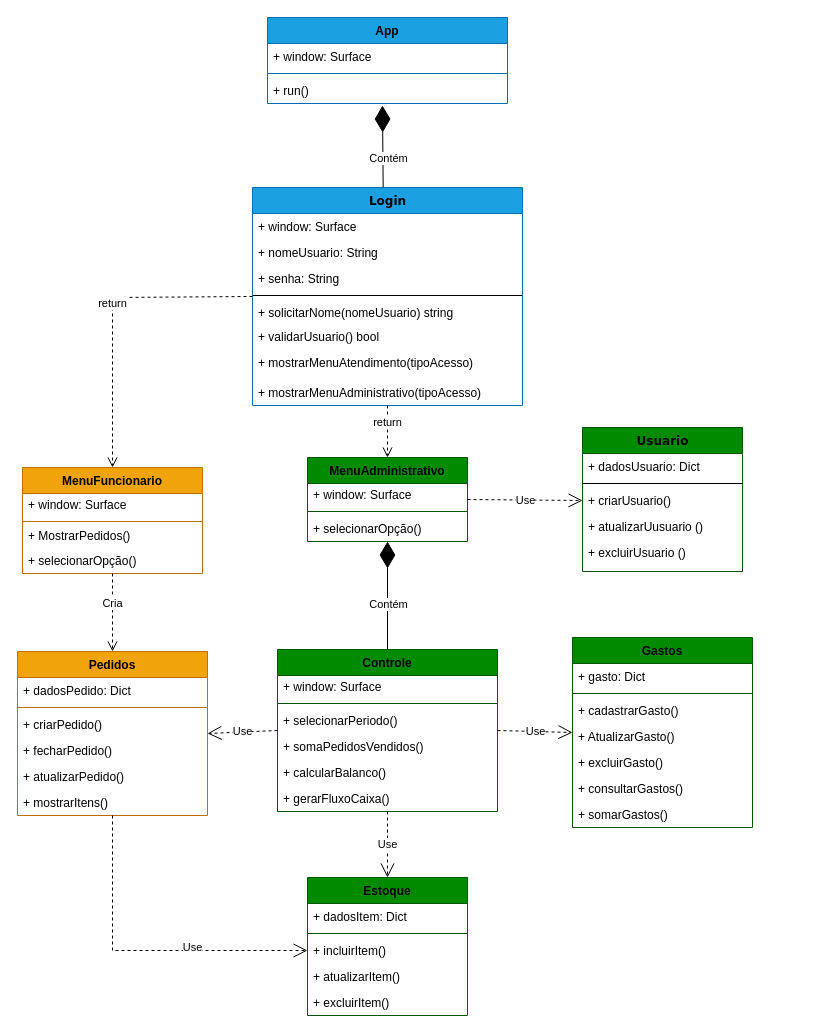
The draw.io diagram documentation/Diagrama de classes.drawio in rudymuller/SistemaGestaoCafeteria, before the edit. Source tidied: cells renumbered, new cells numbered last; positions are measured from the earlier drawing's top-left corner, leaving out a move shared by most shapes. Both pictures are drawn from the tidied source at 100%, with x=0, y=0 at pixel (17, 17).
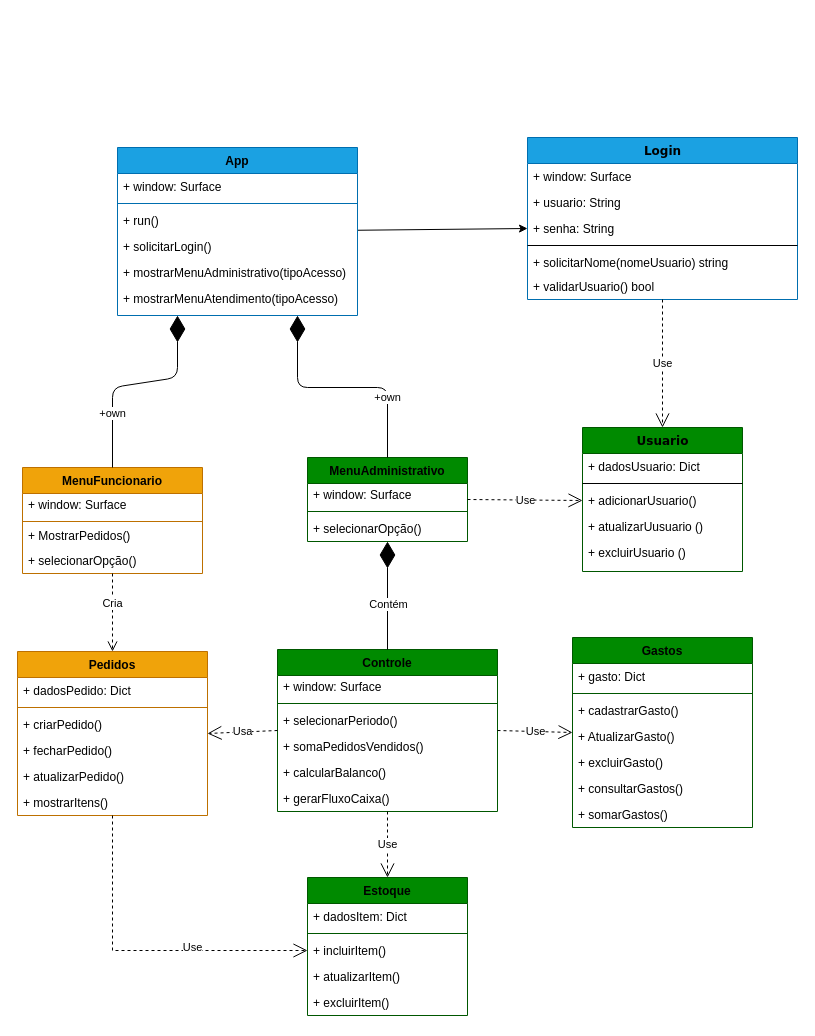
After the change.

Commit message (it also covers changes not shown here):
Updating class diagram

The change refers to these unchanged cells:
```xml
<mxCell id="2" value="Usuario" style="swimlane;html=1;fontStyle=1;align=center;verticalAlign=top;horizontal=1;startSize=26;swimlaneFillColor=#ffffff;rounded=0;shadow=0;comic=0;labelBackgroundColor=none;strokeWidth=1;fillColor=#008a00;fontFamily=Verdana;fontSize=12;fontColor=light-dark(#000000,#000000);strokeColor=#005700;" parent="1" vertex="1">
  <mxGeometry x="565" y="410" width="160" height="144" as="geometry" />
</mxCell>
<mxCell id="11" value="+ senha: String" style="text;html=1;strokeColor=none;fillColor=none;align=left;verticalAlign=top;spacingLeft=4;spacingRight=4;whiteSpace=wrap;overflow=hidden;points=[[0,0.5],[1,0.5]];portConstraint=eastwest;fontColor=light-dark(#000000,#000000);" parent="8" vertex="1">
  <mxGeometry y="78" width="270" height="26" as="geometry" />
</mxCell>
<mxCell id="21" value="MenuFuncionario&lt;div&gt;&lt;br&gt;&lt;/div&gt;" style="swimlane;fontStyle=1;align=center;verticalAlign=top;horizontal=1;startSize=26;whiteSpace=wrap;html=1;fillColor=#f0a30a;fontColor=light-dark(#000000,#000000);strokeColor=#BD7000;" parent="1" vertex="1">
  <mxGeometry x="5" y="450" width="180" height="106" as="geometry" />
</mxCell>
<mxCell id="26" value="MenuAdministrativo&lt;div&gt;&lt;br&gt;&lt;/div&gt;" style="swimlane;fontStyle=1;align=center;verticalAlign=top;horizontal=1;startSize=26;whiteSpace=wrap;html=1;fillColor=#008a00;fontColor=light-dark(#000000,#000000);strokeColor=#005700;" parent="1" vertex="1">
  <mxGeometry x="290" y="440" width="160" height="84" as="geometry" />
</mxCell>
<mxCell id="30" value="Pedidos" style="swimlane;fontStyle=1;align=center;verticalAlign=top;horizontal=1;startSize=26;whiteSpace=wrap;html=1;fillColor=#f0a30a;fontColor=light-dark(#000000,#000000);strokeColor=#BD7000;" parent="1" vertex="1">
  <mxGeometry y="634" width="190" height="164" as="geometry" />
</mxCell>
<mxCell id="44" value="&lt;div&gt;Controle&lt;/div&gt;" style="swimlane;fontStyle=1;align=center;verticalAlign=top;horizontal=1;startSize=26;whiteSpace=wrap;html=1;fillColor=#008a00;fontColor=light-dark(#000000,#000000);strokeColor=#005700;" parent="1" vertex="1">
  <mxGeometry x="260" y="632" width="220" height="162" as="geometry" />
</mxCell>
```

The edit, as a diff of the source:
```diff
@@
-    <mxCell id="5" value="+ criarUsuario()" style="text;html=1;strokeColor=none;fillColor=none;align=left;verticalAlign=top;spacingLeft=4;spacingRight=4;whiteSpace=wrap;overflow=hidden;points=[[0,0.5],[1,0.5]];portConstraint=eastwest;fontColor=light-dark(#000000,#000000);" parent="2" vertex="1">
+    <mxCell id="5" value="+ adicionarUsuario()" style="text;html=1;strokeColor=none;fillColor=none;align=left;verticalAlign=top;spacingLeft=4;spacingRight=4;whiteSpace=wrap;overflow=hidden;points=[[0,0.5],[1,0.5]];portConstraint=eastwest;fontColor=light-dark(#000000,#000000);" parent="2" vertex="1">
       <mxGeometry y="60" width="160" height="26" as="geometry" />
     </mxCell>
@@
     <mxCell id="8" value="Login" style="swimlane;html=1;fontStyle=1;align=center;verticalAlign=top;horizontal=1;startSize=26;swimlaneFillColor=#ffffff;rounded=0;shadow=0;comic=0;labelBackgroundColor=none;strokeWidth=1;fillColor=#1ba1e2;fontFamily=Verdana;fontSize=12;fontColor=light-dark(#000000,#000000);strokeColor=#006EAF;" parent="1" vertex="1">
-      <mxGeometry x="235" y="170" width="270" height="218" as="geometry" />
+      <mxGeometry x="510" y="120" width="270" height="162" as="geometry" />
     </mxCell>
@@
-    <mxCell id="10" value="+ nomeUsuario: String" style="text;html=1;strokeColor=none;fillColor=none;align=left;verticalAlign=top;spacingLeft=4;spacingRight=4;whiteSpace=wrap;overflow=hidden;fontColor=light-dark(#000000,#000000);" parent="8" vertex="1">
+    <mxCell id="10" value="+ usuario: String" style="text;html=1;strokeColor=none;fillColor=none;align=left;verticalAlign=top;spacingLeft=4;spacingRight=4;whiteSpace=wrap;overflow=hidden;fontColor=light-dark(#000000,#000000);" parent="8" vertex="1">
       <mxGeometry y="52" width="270" height="26" as="geometry" />
     </mxCell>
@@
-    <mxCell id="15" value="+ mostrarMenuAtendimento(tipoAcesso)&amp;nbsp;" style="text;strokeColor=none;fillColor=none;align=left;verticalAlign=top;spacingLeft=4;spacingRight=4;overflow=hidden;whiteSpace=wrap;html=1;fontColor=light-dark(#000000,#000000);" parent="8" vertex="1">
-      <mxGeometry y="162" width="270" height="30" as="geometry" />
-    </mxCell>
-    <mxCell id="16" value="+ mostrarMenuAdministrativo(tipoAcesso)" style="text;strokeColor=none;fillColor=none;align=left;verticalAlign=top;spacingLeft=4;spacingRight=4;overflow=hidden;whiteSpace=wrap;html=1;fontColor=light-dark(#000000,#000000);" parent="8" vertex="1">
-      <mxGeometry y="192" width="270" height="26" as="geometry" />
-    </mxCell>
+    <mxCell id="70" style="edgeStyle=none;html=1;entryX=0;entryY=0.5;entryDx=0;entryDy=0;" parent="1" edge="1" source="17" target="11">
+      <mxGeometry relative="1" as="geometry" />
+    </mxCell>
     <mxCell id="17" value="App&lt;div&gt;&lt;br&gt;&lt;/div&gt;" style="swimlane;fontStyle=1;align=center;verticalAlign=top;horizontal=1;startSize=26;whiteSpace=wrap;html=1;fillColor=#1ba1e2;fontColor=light-dark(#000000,#000000);strokeColor=#006EAF;" parent="1" vertex="1">
-      <mxGeometry x="250" width="240" height="86" as="geometry" />
+      <mxGeometry x="100" y="130" width="240" height="168" as="geometry" />
     </mxCell>
@@
+    <mxCell id="71" value="+ run()" style="text;strokeColor=none;fillColor=none;align=left;verticalAlign=top;spacingLeft=4;spacingRight=4;overflow=hidden;whiteSpace=wrap;html=1;fontColor=light-dark(#000000,#000000);" parent="17" vertex="1">
+      <mxGeometry y="60" width="240" height="26" as="geometry" />
+    </mxCell>
-    <mxCell id="20" value="+ run()" style="text;strokeColor=none;fillColor=none;align=left;verticalAlign=top;spacingLeft=4;spacingRight=4;overflow=hidden;points=[[0,0.5],[1,0.5]];portConstraint=eastwest;whiteSpace=wrap;html=1;fontColor=light-dark(#000000,#000000);" parent="17" vertex="1">
-      <mxGeometry y="60" width="240" height="26" as="geometry" />
+    <mxCell id="20" value="+ solicitarLogin()" style="text;strokeColor=none;fillColor=none;align=left;verticalAlign=top;spacingLeft=4;spacingRight=4;overflow=hidden;points=[[0,0.5],[1,0.5]];portConstraint=eastwest;whiteSpace=wrap;html=1;fontColor=light-dark(#000000,#000000);" parent="17" vertex="1">
+      <mxGeometry y="86" width="240" height="26" as="geometry" />
     </mxCell>
+    <mxCell id="16" value="+ mostrarMenuAdministrativo(tipoAcesso)" style="text;strokeColor=none;fillColor=none;align=left;verticalAlign=top;spacingLeft=4;spacingRight=4;overflow=hidden;whiteSpace=wrap;html=1;fontColor=light-dark(#000000,#000000);" parent="17" vertex="1">
+      <mxGeometry y="112" width="240" height="26" as="geometry" />
+    </mxCell>
+    <mxCell id="15" value="+ mostrarMenuAtendimento(tipoAcesso)&amp;nbsp;" style="text;strokeColor=none;fillColor=none;align=left;verticalAlign=top;spacingLeft=4;spacingRight=4;overflow=hidden;whiteSpace=wrap;html=1;fontColor=light-dark(#000000,#000000);" parent="17" vertex="1">
+      <mxGeometry y="138" width="240" height="30" as="geometry" />
+    </mxCell>
@@
-    <mxCell id="61" value="Use" style="endArrow=open;endSize=12;dashed=1;html=1;rounded=0;exitX=0;exitY=0.5;exitDx=0;exitDy=0;entryX=1;entryY=0.5;entryDx=0;entryDy=0;fontColor=light-dark(#000000,#000000);" parent="1" edge="1" source="44" target="30">
+    <mxCell id="61" value="Usa" style="endArrow=open;endSize=12;dashed=1;html=1;rounded=0;exitX=0;exitY=0.5;exitDx=0;exitDy=0;entryX=1;entryY=0.5;entryDx=0;entryDy=0;fontColor=light-dark(#000000,#000000);" parent="1" edge="1" source="44" target="30">
       <mxGeometry relative="1" as="geometry" />
     </mxCell>
@@
-    <mxCell id="66" style="endArrow=diamondThin;endFill=1;endSize=24;html=1;rounded=0;exitX=0.484;exitY=-0.001;exitDx=0;exitDy=0;fontColor=light-dark(#000000,#000000);exitPerimeter=0;entryX=0.479;entryY=1.079;entryDx=0;entryDy=0;entryPerimeter=0;" parent="1" edge="1" source="8" target="20">
-      <mxGeometry relative="1" as="geometry" />
-    </mxCell>
-    <mxCell id="67" value="Contém" style="edgeLabel;html=1;align=center;verticalAlign=middle;fontColor=light-dark(#000000,#000000);" parent="66" vertex="1">
-      <mxGeometry x="-0.62" y="-5" relative="1" as="geometry">
-        <mxPoint y="-13" as="offset" />
-      </mxGeometry>
-    </mxCell>
-    <mxCell id="68" value="return" style="html=1;verticalAlign=bottom;endArrow=open;dashed=1;endSize=8;curved=0;rounded=0;entryX=0.5;entryY=0;entryDx=0;entryDy=0;exitX=0.5;exitY=1;exitDx=0;exitDy=0;" parent="1" edge="1" source="8" target="26">
-      <mxGeometry relative="1" as="geometry" />
-    </mxCell>
-    <mxCell id="69" value="return" style="html=1;verticalAlign=bottom;endArrow=open;dashed=1;endSize=8;curved=0;rounded=0;entryX=0.5;entryY=0;entryDx=0;entryDy=0;exitX=0;exitY=0.5;exitDx=0;exitDy=0;" parent="1" edge="1" source="8" target="21">
-      <mxGeometry relative="1" as="geometry">
-        <Array as="points">
-          <mxPoint x="95" y="280" />
-        </Array>
-      </mxGeometry>
-    </mxCell>
+    <mxCell id="72" style="endArrow=diamondThin;endFill=1;endSize=24;html=1;exitX=0.5;exitY=0;exitDx=0;exitDy=0;entryX=0.25;entryY=1;entryDx=0;entryDy=0;" parent="1" edge="1" source="21" target="17">
+      <mxGeometry relative="1" as="geometry">
+        <Array as="points">
+          <mxPoint x="95" y="370" />
+          <mxPoint x="160" y="360" />
+        </Array>
+      </mxGeometry>
+    </mxCell>
+    <mxCell id="73" value="+own" style="edgeLabel;html=1;align=center;verticalAlign=middle;" parent="72" vertex="1">
+      <mxGeometry x="-0.47" y="1" relative="1" as="geometry" />
+    </mxCell>
+    <mxCell id="74" style="endArrow=diamondThin;endFill=1;endSize=24;html=1;exitX=0.5;exitY=0;exitDx=0;exitDy=0;entryX=0.75;entryY=1;entryDx=0;entryDy=0;" parent="1" edge="1" source="26" target="17">
+      <mxGeometry relative="1" as="geometry">
+        <Array as="points">
+          <mxPoint x="370" y="370" />
+          <mxPoint x="280" y="370" />
+        </Array>
+      </mxGeometry>
+    </mxCell>
+    <mxCell id="75" value="+own" style="edgeLabel;html=1;align=center;verticalAlign=middle;" parent="74" vertex="1">
+      <mxGeometry x="-0.47" y="1" relative="1" as="geometry" />
+    </mxCell>
+    <mxCell id="76" value="Use" style="endArrow=open;endSize=12;dashed=1;html=1;rounded=0;exitX=0.5;exitY=1;exitDx=0;exitDy=0;entryX=0.5;entryY=0;entryDx=0;entryDy=0;fontColor=light-dark(#000000,#000000);" parent="1" edge="1" source="8" target="2">
+      <mxGeometry relative="1" as="geometry" />
+    </mxCell>
```
